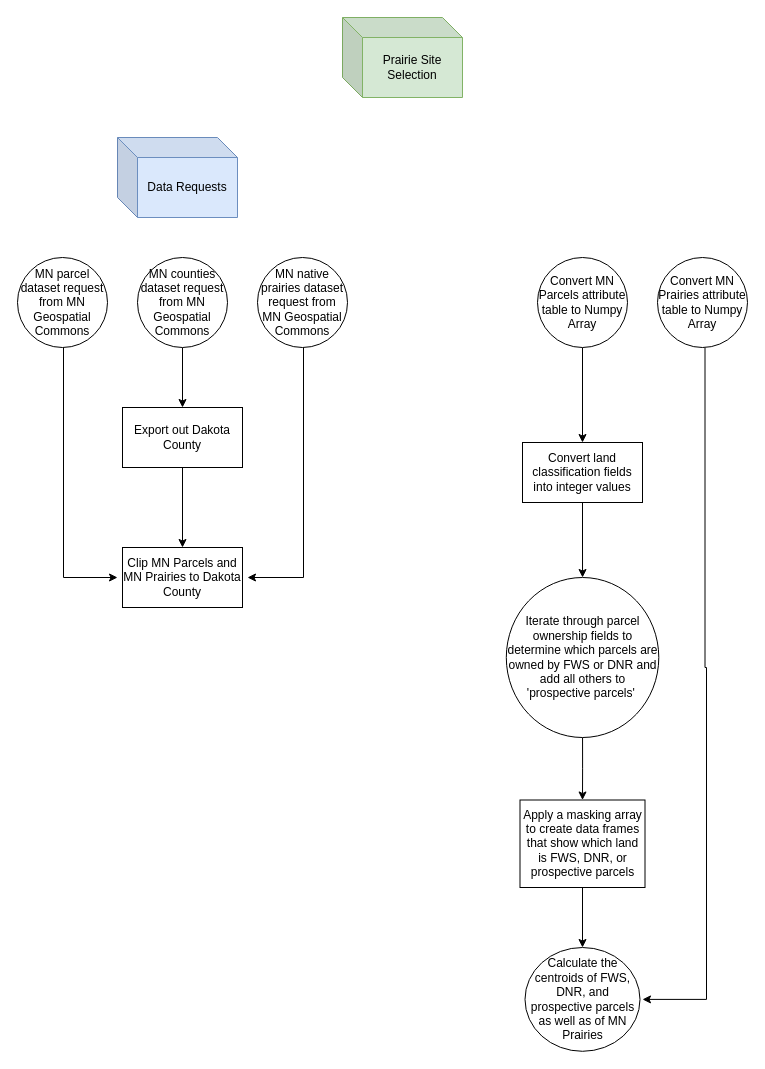
Above: page "Page-1" (1 of 2) of lab04/FinalProject.drawio in lsageser1/GIS5571 (draw.io), before the change. Source tidied: cells renumbered, new cells numbered last; positions are measured from the earlier drawing's top-left corner, leaving out a move shared by most shapes. Both pictures are drawn from the tidied source at 100%, with x=0, y=0 at pixel (17, 17).
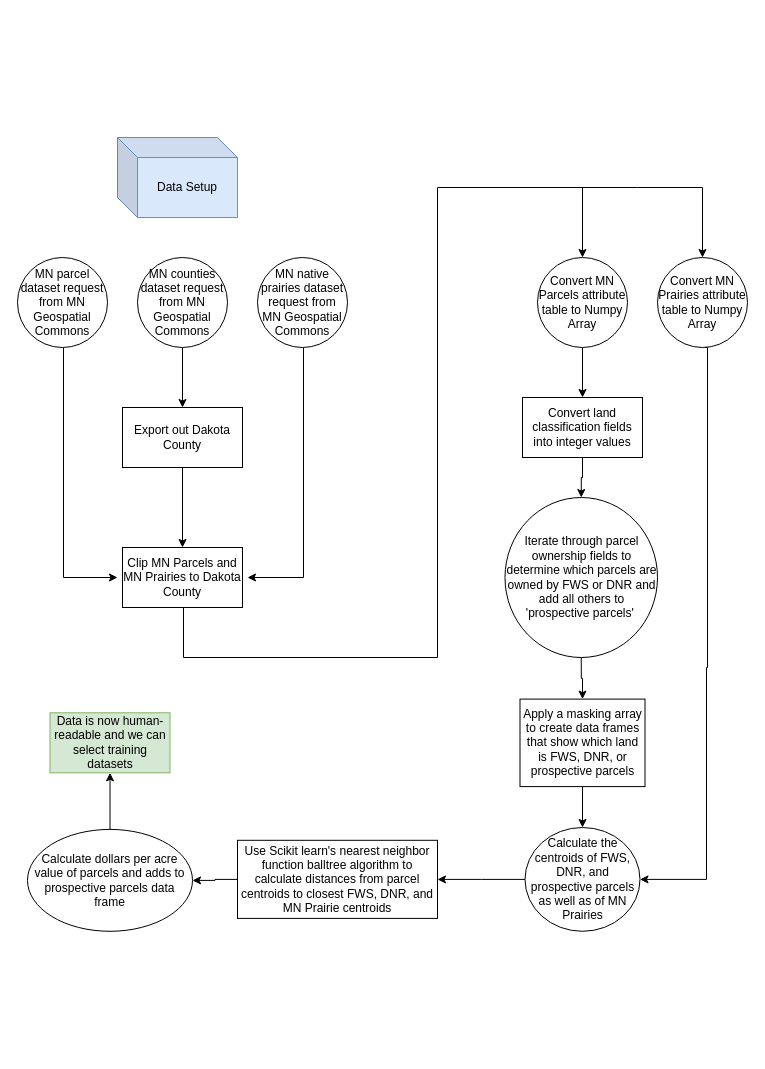
After the change.

The change refers to these unchanged cells:
```xml
<mxCell id="12" value="Clip MN Parcels and MN Prairies to Dakota County" style="whiteSpace=wrap;html=1;" parent="1" vertex="1">
  <mxGeometry x="105" y="530" width="120" height="60" as="geometry" />
</mxCell>
<mxCell id="14" value="Convert MN Parcels attribute table to Numpy Array" style="ellipse;whiteSpace=wrap;html=1;" parent="1" vertex="1">
  <mxGeometry x="520" y="240" width="90" height="90" as="geometry" />
</mxCell>
<mxCell id="16" value="Convert MN Prairies attribute table to Numpy Array" style="ellipse;whiteSpace=wrap;html=1;" parent="1" vertex="1">
  <mxGeometry x="640" y="240" width="90" height="90" as="geometry" />
</mxCell>
```

The edit, as a diff of the source:
```diff
@@
-    <mxCell id="2" value="Prairie Site Selection" style="shape=cube;whiteSpace=wrap;html=1;boundedLbl=1;backgroundOutline=1;darkOpacity=0.05;darkOpacity2=0.1;fillColor=#d5e8d4;strokeColor=#82b366;" parent="1" vertex="1">
-      <mxGeometry x="325" width="120" height="80" as="geometry" />
-    </mxCell>
-    <mxCell id="3" value="Data Requests" style="shape=cube;whiteSpace=wrap;html=1;boundedLbl=1;backgroundOutline=1;darkOpacity=0.05;darkOpacity2=0.1;fillColor=#dae8fc;strokeColor=#6c8ebf;" parent="1" vertex="1">
+    <mxCell id="3" value="Data Setup" style="shape=cube;whiteSpace=wrap;html=1;boundedLbl=1;backgroundOutline=1;darkOpacity=0.05;darkOpacity2=0.1;fillColor=#dae8fc;strokeColor=#6c8ebf;" parent="1" vertex="1">
       <mxGeometry x="100" y="120" width="120" height="80" as="geometry" />
     </mxCell>
@@
+    <mxCell id="24" style="edgeStyle=orthogonalEdgeStyle;rounded=0;jettySize=auto;html=1;entryX=0.5;entryY=0;entryDx=0;entryDy=0;" parent="1" edge="1" source="12" target="14">
+      <mxGeometry relative="1" as="geometry">
+        <Array as="points">
+          <mxPoint x="166" y="640" />
+          <mxPoint x="420" y="640" />
+          <mxPoint x="420" y="170" />
+          <mxPoint x="565" y="170" />
+        </Array>
+      </mxGeometry>
+    </mxCell>
@@
-    <mxCell id="15" style="edgeStyle=orthogonalEdgeStyle;rounded=0;orthogonalLoop=1;jettySize=auto;html=1;entryX=1;entryY=0.5;entryDx=0;entryDy=0;" parent="1" edge="1">
+    <mxCell id="15" style="edgeStyle=orthogonalEdgeStyle;rounded=0;jettySize=auto;html=1;entryX=1;entryY=0.5;entryDx=0;entryDy=0;" parent="1" edge="1" target="23">
       <mxGeometry relative="1" as="geometry">
         <mxPoint x="687.5" y="330" as="sourcePoint" />
-        <mxPoint x="625" y="981.9" as="targetPoint" />
         <Array as="points">
-          <mxPoint x="688" y="650" />
-          <mxPoint x="689" y="650" />
-          <mxPoint x="689" y="982" />
+          <mxPoint x="690" y="330" />
+          <mxPoint x="690" y="650" />
+          <mxPoint x="689" y="862" />
         </Array>
       </mxGeometry>
     </mxCell>
@@
     <mxCell id="18" value="Convert land classification fields into integer values" style="whiteSpace=wrap;html=1;" parent="1" vertex="1">
-      <mxGeometry x="505" y="425" width="120" height="60" as="geometry" />
+      <mxGeometry x="505" y="380" width="120" height="60" as="geometry" />
     </mxCell>
@@
     <mxCell id="20" value="Iterate through parcel ownership fields to determine which parcels are owned by FWS or DNR and add all others to 'prospective parcels'&amp;nbsp;" style="ellipse;whiteSpace=wrap;html=1;" parent="1" vertex="1">
-      <mxGeometry x="488.8" y="560" width="152.5" height="160" as="geometry" />
+      <mxGeometry x="487.5" y="480" width="152.5" height="160" as="geometry" />
     </mxCell>
@@
     <mxCell id="22" value="Apply a masking array to create data frames that show which land is FWS, DNR, or prospective parcels" style="whiteSpace=wrap;html=1;" parent="1" vertex="1">
-      <mxGeometry x="502.5" y="782.5" width="125" height="87.5" as="geometry" />
+      <mxGeometry x="502.5" y="681.6" width="125" height="87.5" as="geometry" />
     </mxCell>
+    <mxCell id="25" style="edgeStyle=orthogonalEdgeStyle;rounded=0;jettySize=auto;html=1;" parent="1" edge="1" source="23" target="28">
+      <mxGeometry relative="1" as="geometry" />
+    </mxCell>
     <mxCell id="23" value="Calculate the centroids of FWS, DNR, and prospective parcels as well as of MN Prairies" style="ellipse;whiteSpace=wrap;html=1;" parent="1" vertex="1">
-      <mxGeometry x="507.5" y="930" width="115" height="103.8" as="geometry" />
+      <mxGeometry x="507.5" y="810" width="115" height="103.8" as="geometry" />
     </mxCell>
+    <mxCell id="26" style="endArrow=classic;html=1;rounded=0;entryX=0.5;entryY=0;entryDx=0;entryDy=0;" parent="1" edge="1" target="16">
+      <mxGeometry relative="1" as="geometry">
+        <mxPoint x="560" y="170" as="sourcePoint" />
+        <Array as="points">
+          <mxPoint x="620" y="170" />
+          <mxPoint x="685" y="170" />
+        </Array>
+      </mxGeometry>
+    </mxCell>
+    <mxCell id="27" style="edgeStyle=orthogonalEdgeStyle;rounded=0;jettySize=auto;html=1;" parent="1" edge="1" source="28" target="30">
+      <mxGeometry relative="1" as="geometry" />
+    </mxCell>
+    <mxCell id="28" value="Use Scikit learn's nearest neighbor function balltree algorithm to calculate distances from parcel centroids to closest FWS, DNR, and MN Prairie centroids" style="whiteSpace=wrap;html=1;" parent="1" vertex="1">
+      <mxGeometry x="220" y="822.8" width="200" height="78.1" as="geometry" />
+    </mxCell>
+    <mxCell id="29" style="edgeStyle=orthogonalEdgeStyle;rounded=0;jettySize=auto;html=1;" parent="1" edge="1" source="30" target="31">
+      <mxGeometry relative="1" as="geometry" />
+    </mxCell>
+    <mxCell id="30" value="Calculate dollars per acre value of parcels and adds to prospective parcels data frame" style="ellipse;whiteSpace=wrap;html=1;" parent="1" vertex="1">
+      <mxGeometry x="10" y="811.9" width="165" height="101.9" as="geometry" />
+    </mxCell>
+    <mxCell id="31" value="Data is now human-readable and we can select training datasets" style="whiteSpace=wrap;html=1;fillColor=#d5e8d4;strokeColor=#82b366;" parent="1" vertex="1">
+      <mxGeometry x="32.5" y="695.3" width="120" height="60" as="geometry" />
+    </mxCell>
```
